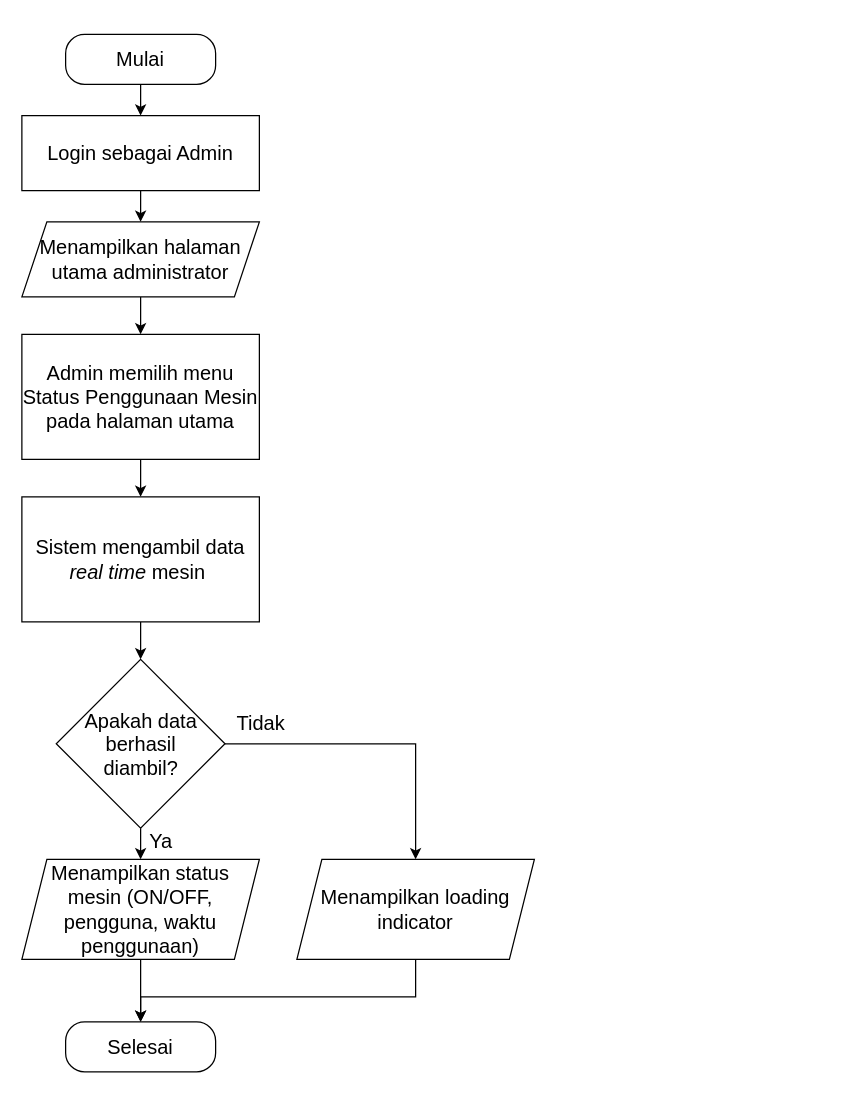
This is page "Proses Memantau Status Penggunaan Mesin" (38 of 42) of Diagram Aktivitas Admin.drawio.xml from murtianggraeni/TugasAkhir_Flowchart, a draw.io file, before an edit. Source tidied: cells renumbered, new cells numbered last; positions are measured from the earlier drawing's top-left corner, leaving out a move shared by most shapes. Both pictures are drawn from the tidied source at 125%, with x=0, y=0 at pixel (21, 34).
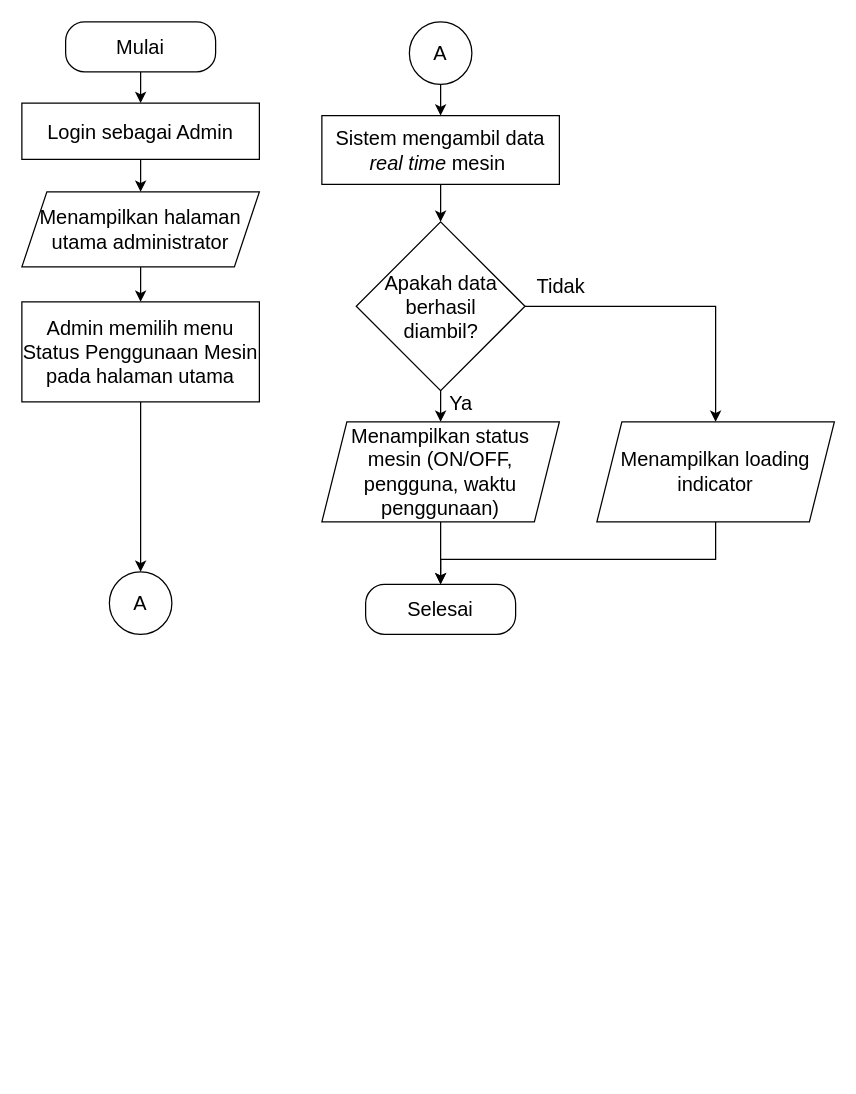
Above is the later version.

The edit, as a diff of the source:
```diff
@@
     <mxCell id="3" value="&lt;font style=&quot;font-size: 16px;&quot;&gt;Login sebagai Admin&lt;/font&gt;" style="whiteSpace=wrap;html=1;" parent="1" vertex="1">
-      <mxGeometry y="65" width="190" height="60" as="geometry" />
+      <mxGeometry y="55" width="190" height="45" as="geometry" />
     </mxCell>
@@
     <mxCell id="5" value="&lt;font style=&quot;font-size: 16px;&quot;&gt;Menampilkan halaman utama administrator&lt;/font&gt;" style="shape=parallelogram;perimeter=parallelogramPerimeter;whiteSpace=wrap;html=1;fixedSize=1;" parent="1" vertex="1">
-      <mxGeometry y="150" width="190" height="60" as="geometry" />
+      <mxGeometry y="126" width="190" height="60" as="geometry" />
     </mxCell>
-    <mxCell id="6" style="edgeStyle=orthogonalEdgeStyle;rounded=0;jettySize=auto;html=1;" parent="1" edge="1" source="7" target="9">
-      <mxGeometry relative="1" as="geometry" />
-    </mxCell>
+    <mxCell id="22" style="edgeStyle=orthogonalEdgeStyle;rounded=0;jettySize=auto;html=1;" parent="1" edge="1" source="7" target="23">
+      <mxGeometry relative="1" as="geometry" />
+    </mxCell>
     <mxCell id="7" value="&lt;span style=&quot;font-size: 16px;&quot;&gt;Admin memilih menu Status Penggunaan Mesin pada halaman utama&lt;/span&gt;" style="whiteSpace=wrap;html=1;" parent="1" vertex="1">
-      <mxGeometry y="240" width="190" height="100" as="geometry" />
+      <mxGeometry y="214" width="190" height="80" as="geometry" />
     </mxCell>
+    <mxCell id="10" style="edgeStyle=orthogonalEdgeStyle;rounded=0;jettySize=auto;html=1;" parent="1" edge="1" source="11" target="3">
+      <mxGeometry relative="1" as="geometry" />
+    </mxCell>
+    <mxCell id="11" value="&lt;font style=&quot;font-size: 16px;&quot;&gt;Mulai&lt;/font&gt;" style="rounded=1;whiteSpace=wrap;html=1;arcSize=38;" parent="1" vertex="1">
+      <mxGeometry x="35" y="-10" width="120" height="40" as="geometry" />
+    </mxCell>
@@
     <mxCell id="9" value="&lt;span style=&quot;font-size: 16px;&quot;&gt;Sistem mengambil data &lt;i&gt;real time&lt;/i&gt; mesin&amp;nbsp;&lt;/span&gt;" style="whiteSpace=wrap;html=1;" parent="1" vertex="1">
-      <mxGeometry y="370" width="190" height="100" as="geometry" />
+      <mxGeometry x="240" y="65" width="190" height="55" as="geometry" />
     </mxCell>
-    <mxCell id="10" style="edgeStyle=orthogonalEdgeStyle;rounded=0;jettySize=auto;html=1;" parent="1" edge="1" source="11" target="3">
-      <mxGeometry relative="1" as="geometry" />
-    </mxCell>
-    <mxCell id="11" value="&lt;font style=&quot;font-size: 16px;&quot;&gt;Mulai&lt;/font&gt;" style="rounded=1;whiteSpace=wrap;html=1;arcSize=38;" parent="1" vertex="1">
-      <mxGeometry x="35" width="120" height="40" as="geometry" />
-    </mxCell>
     <mxCell id="12" value="&lt;font style=&quot;font-size: 16px;&quot;&gt;Selesai&lt;/font&gt;" style="rounded=1;whiteSpace=wrap;html=1;arcSize=38;" parent="1" vertex="1">
-      <mxGeometry x="35" y="790" width="120" height="40" as="geometry" />
+      <mxGeometry x="275" y="440" width="120" height="40" as="geometry" />
     </mxCell>
@@
     <mxCell id="17" value="&lt;font style=&quot;font-size: 16px;&quot;&gt;Apakah data berhasil&lt;/font&gt;&lt;div&gt;&lt;font style=&quot;font-size: 16px;&quot;&gt;diambil?&lt;/font&gt;&lt;/div&gt;" style="rhombus;whiteSpace=wrap;html=1;" parent="1" vertex="1">
-      <mxGeometry x="27.5" y="500" width="135" height="135" as="geometry" />
+      <mxGeometry x="267.5" y="150" width="135" height="135" as="geometry" />
     </mxCell>
@@
     <mxCell id="19" value="&lt;font style=&quot;font-size: 16px;&quot;&gt;Menampilkan status mesin (ON/OFF, pengguna, waktu penggunaan)&lt;/font&gt;" style="shape=parallelogram;perimeter=parallelogramPerimeter;whiteSpace=wrap;html=1;fixedSize=1;" parent="1" vertex="1">
-      <mxGeometry y="660" width="190" height="80" as="geometry" />
+      <mxGeometry x="240" y="310" width="190" height="80" as="geometry" />
     </mxCell>
     <mxCell id="20" style="edgeStyle=orthogonalEdgeStyle;rounded=0;jettySize=auto;html=1;entryX=0.5;entryY=0;entryDx=0;entryDy=0;" parent="1" edge="1" source="21" target="12">
       <mxGeometry relative="1" as="geometry">
         <Array as="points">
-          <mxPoint x="315" y="770" />
-          <mxPoint x="95" y="770" />
+          <mxPoint x="555" y="420" />
+          <mxPoint x="335" y="420" />
         </Array>
       </mxGeometry>
     </mxCell>
     <mxCell id="21" value="&lt;font style=&quot;font-size: 16px;&quot;&gt;Menampilkan loading indicator&lt;/font&gt;" style="shape=parallelogram;perimeter=parallelogramPerimeter;whiteSpace=wrap;html=1;fixedSize=1;" parent="1" vertex="1">
-      <mxGeometry x="220" y="660" width="190" height="80" as="geometry" />
+      <mxGeometry x="460" y="310" width="190" height="80" as="geometry" />
     </mxCell>
+    <mxCell id="23" value="&lt;font style=&quot;font-size: 16px;&quot;&gt;A&lt;/font&gt;" style="ellipse;whiteSpace=wrap;html=1;" parent="1" vertex="1">
+      <mxGeometry x="70" y="430" width="50" height="50" as="geometry" />
+    </mxCell>
+    <mxCell id="24" style="edgeStyle=orthogonalEdgeStyle;rounded=0;jettySize=auto;html=1;entryX=0.5;entryY=0;entryDx=0;entryDy=0;" parent="1" edge="1" source="25" target="9">
+      <mxGeometry relative="1" as="geometry" />
+    </mxCell>
+    <mxCell id="25" value="&lt;font style=&quot;font-size: 16px;&quot;&gt;A&lt;/font&gt;" style="ellipse;whiteSpace=wrap;html=1;" parent="1" vertex="1">
+      <mxGeometry x="310" y="-10" width="50" height="50" as="geometry" />
+    </mxCell>
```
